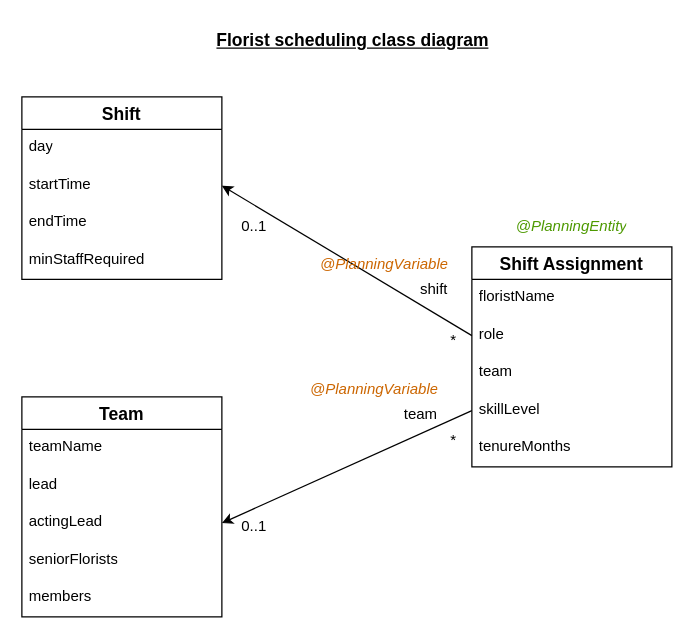
Above: diagram.drawio in yewshanooi-tech/scheduling (draw.io), before the change. Source tidied: cells renumbered, new cells numbered last; positions are measured from the earlier drawing's top-left corner, leaving out a move shared by most shapes. Both pictures are drawn from the tidied source at 125%, with x=0, y=0 at pixel (21, 21).
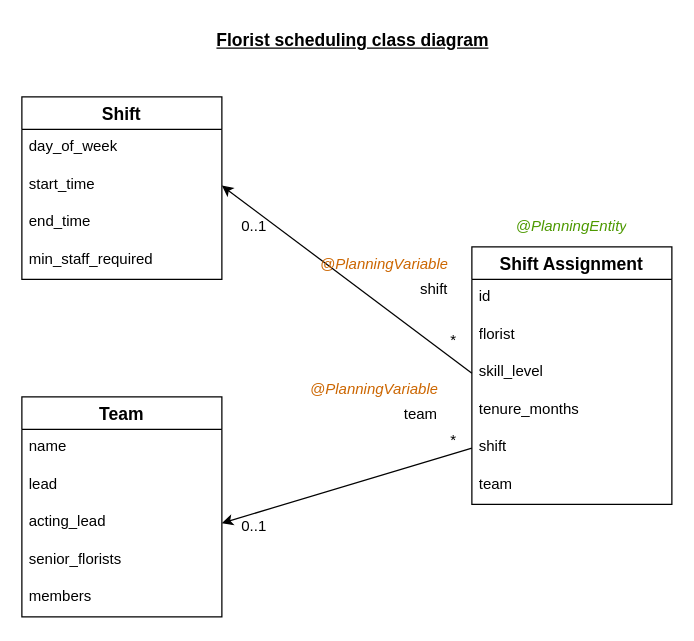
The same diagram, later.

The change refers to these unchanged cells:
```xml
<mxCell id="8" value="Shift" style="swimlane;fontStyle=1;horizontal=1;startSize=26;align=center;fontSize=14;" parent="1" vertex="1">
  <mxGeometry y="60" width="160" height="146" as="geometry" />
</mxCell>
<mxCell id="13" value="Team" style="swimlane;fontStyle=1;horizontal=1;startSize=26;align=center;fontSize=14;" parent="1" vertex="1">
  <mxGeometry y="300" width="160" height="176" as="geometry" />
</mxCell>
```

Diff of the diagram source:
```diff
@@
     <mxCell id="2" value="Shift Assignment" style="swimlane;fontStyle=1;horizontal=1;startSize=26;align=center;fontSize=14;" parent="1" vertex="1">
-      <mxGeometry x="360" y="180" width="160" height="176" as="geometry" />
+      <mxGeometry x="360" y="180" width="160" height="206" as="geometry" />
     </mxCell>
+    <mxCell id="31" value="id" style="text;strokeColor=none;fillColor=none;spacingLeft=4;spacingRight=4;overflow=hidden;fontSize=12;whiteSpace=wrap;html=1;" parent="2" vertex="1">
+      <mxGeometry y="26" width="160" height="30" as="geometry" />
+    </mxCell>
-    <mxCell id="3" value="floristName" style="text;strokeColor=none;fillColor=none;spacingLeft=4;spacingRight=4;overflow=hidden;fontSize=12;whiteSpace=wrap;html=1;" parent="2" vertex="1">
-      <mxGeometry y="26" width="160" height="30" as="geometry" />
+    <mxCell id="3" value="florist" style="text;strokeColor=none;fillColor=none;spacingLeft=4;spacingRight=4;overflow=hidden;fontSize=12;whiteSpace=wrap;html=1;" parent="2" vertex="1">
+      <mxGeometry y="56" width="160" height="30" as="geometry" />
     </mxCell>
-    <mxCell id="4" value="role" style="text;strokeColor=none;fillColor=none;spacingLeft=4;spacingRight=4;overflow=hidden;points=[[0,0.5],[1,0.5]];portConstraint=eastwest;fontSize=12;whiteSpace=wrap;html=1;" parent="2" vertex="1">
-      <mxGeometry y="56" width="160" height="30" as="geometry" />
+    <mxCell id="4" value="skill_level" style="text;strokeColor=none;fillColor=none;spacingLeft=4;spacingRight=4;overflow=hidden;points=[[0,0.5],[1,0.5]];portConstraint=eastwest;fontSize=12;whiteSpace=wrap;html=1;" parent="2" vertex="1">
+      <mxGeometry y="86" width="160" height="30" as="geometry" />
     </mxCell>
-    <mxCell id="5" value="team" style="text;strokeColor=none;fillColor=none;spacingLeft=4;spacingRight=4;overflow=hidden;fontSize=12;whiteSpace=wrap;html=1;" parent="2" vertex="1">
-      <mxGeometry y="86" width="160" height="30" as="geometry" />
+    <mxCell id="5" value="tenure_months" style="text;strokeColor=none;fillColor=none;spacingLeft=4;spacingRight=4;overflow=hidden;fontSize=12;whiteSpace=wrap;html=1;" parent="2" vertex="1">
+      <mxGeometry y="116" width="160" height="30" as="geometry" />
     </mxCell>
-    <mxCell id="6" value="skillLevel" style="text;strokeColor=none;fillColor=none;spacingLeft=4;spacingRight=4;overflow=hidden;points=[[0,0.5],[1,0.5]];portConstraint=eastwest;fontSize=12;whiteSpace=wrap;html=1;" parent="2" vertex="1">
-      <mxGeometry y="116" width="160" height="30" as="geometry" />
+    <mxCell id="6" value="shift" style="text;strokeColor=none;fillColor=none;spacingLeft=4;spacingRight=4;overflow=hidden;points=[[0,0.5],[1,0.5]];portConstraint=eastwest;fontSize=12;whiteSpace=wrap;html=1;" parent="2" vertex="1">
+      <mxGeometry y="146" width="160" height="30" as="geometry" />
     </mxCell>
-    <mxCell id="7" value="tenureMonths" style="text;strokeColor=none;fillColor=none;spacingLeft=4;spacingRight=4;overflow=hidden;fontSize=12;whiteSpace=wrap;html=1;" parent="2" vertex="1">
-      <mxGeometry y="146" width="160" height="30" as="geometry" />
+    <mxCell id="7" value="team" style="text;strokeColor=none;fillColor=none;spacingLeft=4;spacingRight=4;overflow=hidden;fontSize=12;whiteSpace=wrap;html=1;" parent="2" vertex="1">
+      <mxGeometry y="176" width="160" height="30" as="geometry" />
     </mxCell>
@@
-    <mxCell id="9" value="day" style="text;strokeColor=none;fillColor=none;spacingLeft=4;spacingRight=4;overflow=hidden;fontSize=12;whiteSpace=wrap;html=1;" parent="8" vertex="1">
+    <mxCell id="9" value="day_of_week" style="text;strokeColor=none;fillColor=none;spacingLeft=4;spacingRight=4;overflow=hidden;fontSize=12;whiteSpace=wrap;html=1;" parent="8" vertex="1">
       <mxGeometry y="26" width="160" height="30" as="geometry" />
     </mxCell>
-    <mxCell id="10" value="startTime" style="text;strokeColor=none;fillColor=none;spacingLeft=4;spacingRight=4;overflow=hidden;points=[[0,0.5],[1,0.5]];portConstraint=eastwest;fontSize=12;whiteSpace=wrap;html=1;" parent="8" vertex="1">
+    <mxCell id="10" value="start_time" style="text;strokeColor=none;fillColor=none;spacingLeft=4;spacingRight=4;overflow=hidden;points=[[0,0.5],[1,0.5]];portConstraint=eastwest;fontSize=12;whiteSpace=wrap;html=1;" parent="8" vertex="1">
       <mxGeometry y="56" width="160" height="30" as="geometry" />
     </mxCell>
-    <mxCell id="11" value="endTime" style="text;strokeColor=none;fillColor=none;spacingLeft=4;spacingRight=4;overflow=hidden;fontSize=12;whiteSpace=wrap;html=1;" parent="8" vertex="1">
+    <mxCell id="11" value="end_time" style="text;strokeColor=none;fillColor=none;spacingLeft=4;spacingRight=4;overflow=hidden;fontSize=12;whiteSpace=wrap;html=1;" parent="8" vertex="1">
       <mxGeometry y="86" width="160" height="30" as="geometry" />
     </mxCell>
-    <mxCell id="12" value="minStaffRequired" style="text;strokeColor=none;fillColor=none;spacingLeft=4;spacingRight=4;overflow=hidden;fontSize=12;whiteSpace=wrap;html=1;" parent="8" vertex="1">
+    <mxCell id="12" value="min_staff_required" style="text;strokeColor=none;fillColor=none;spacingLeft=4;spacingRight=4;overflow=hidden;fontSize=12;whiteSpace=wrap;html=1;" parent="8" vertex="1">
       <mxGeometry y="116" width="160" height="30" as="geometry" />
     </mxCell>
@@
-    <mxCell id="14" value="teamName" style="text;strokeColor=none;fillColor=none;spacingLeft=4;spacingRight=4;overflow=hidden;fontSize=12;whiteSpace=wrap;html=1;" parent="13" vertex="1">
+    <mxCell id="14" value="name" style="text;strokeColor=none;fillColor=none;spacingLeft=4;spacingRight=4;overflow=hidden;fontSize=12;whiteSpace=wrap;html=1;" parent="13" vertex="1">
       <mxGeometry y="26" width="160" height="30" as="geometry" />
     </mxCell>
@@
-    <mxCell id="16" value="actingLead" style="text;strokeColor=none;fillColor=none;spacingLeft=4;spacingRight=4;overflow=hidden;points=[[0,0.5],[1,0.5]];portConstraint=eastwest;fontSize=12;whiteSpace=wrap;html=1;" parent="13" vertex="1">
+    <mxCell id="16" value="acting_lead" style="text;strokeColor=none;fillColor=none;spacingLeft=4;spacingRight=4;overflow=hidden;points=[[0,0.5],[1,0.5]];portConstraint=eastwest;fontSize=12;whiteSpace=wrap;html=1;" parent="13" vertex="1">
       <mxGeometry y="86" width="160" height="30" as="geometry" />
     </mxCell>
-    <mxCell id="17" value="seniorFlorists" style="text;strokeColor=none;fillColor=none;spacingLeft=4;spacingRight=4;overflow=hidden;fontSize=12;whiteSpace=wrap;html=1;" parent="13" vertex="1">
+    <mxCell id="17" value="senior_florists" style="text;strokeColor=none;fillColor=none;spacingLeft=4;spacingRight=4;overflow=hidden;fontSize=12;whiteSpace=wrap;html=1;" parent="13" vertex="1">
       <mxGeometry y="116" width="160" height="30" as="geometry" />
     </mxCell>
```
